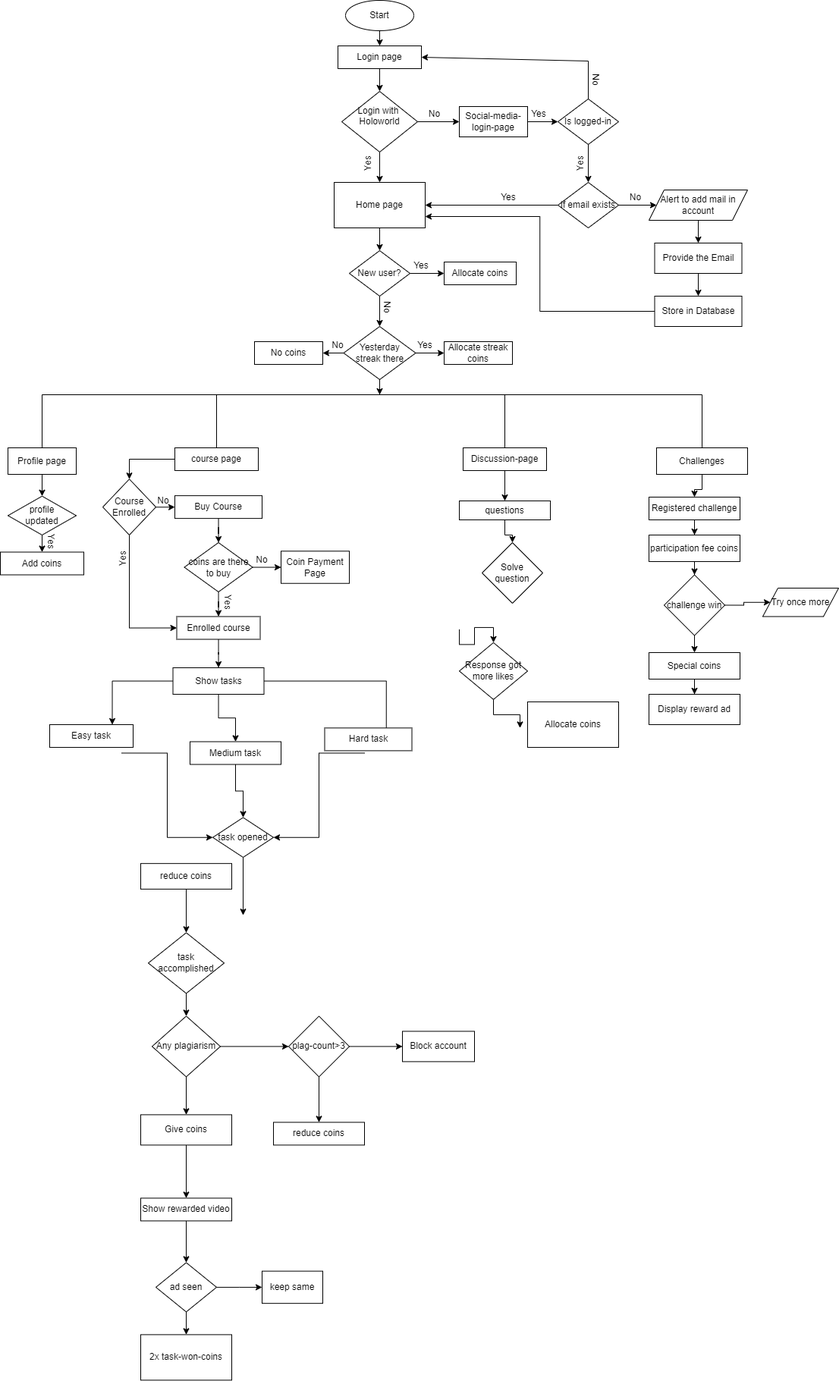
Before: public/Coin-flow-chart.drawio.png, a diagram exported from draw.io (karthiksatish159/googleads). Source tidied: cells renumbered, new cells last; positions are measured from the earlier drawing's top-left corner, leaving out a move shared by most shapes.
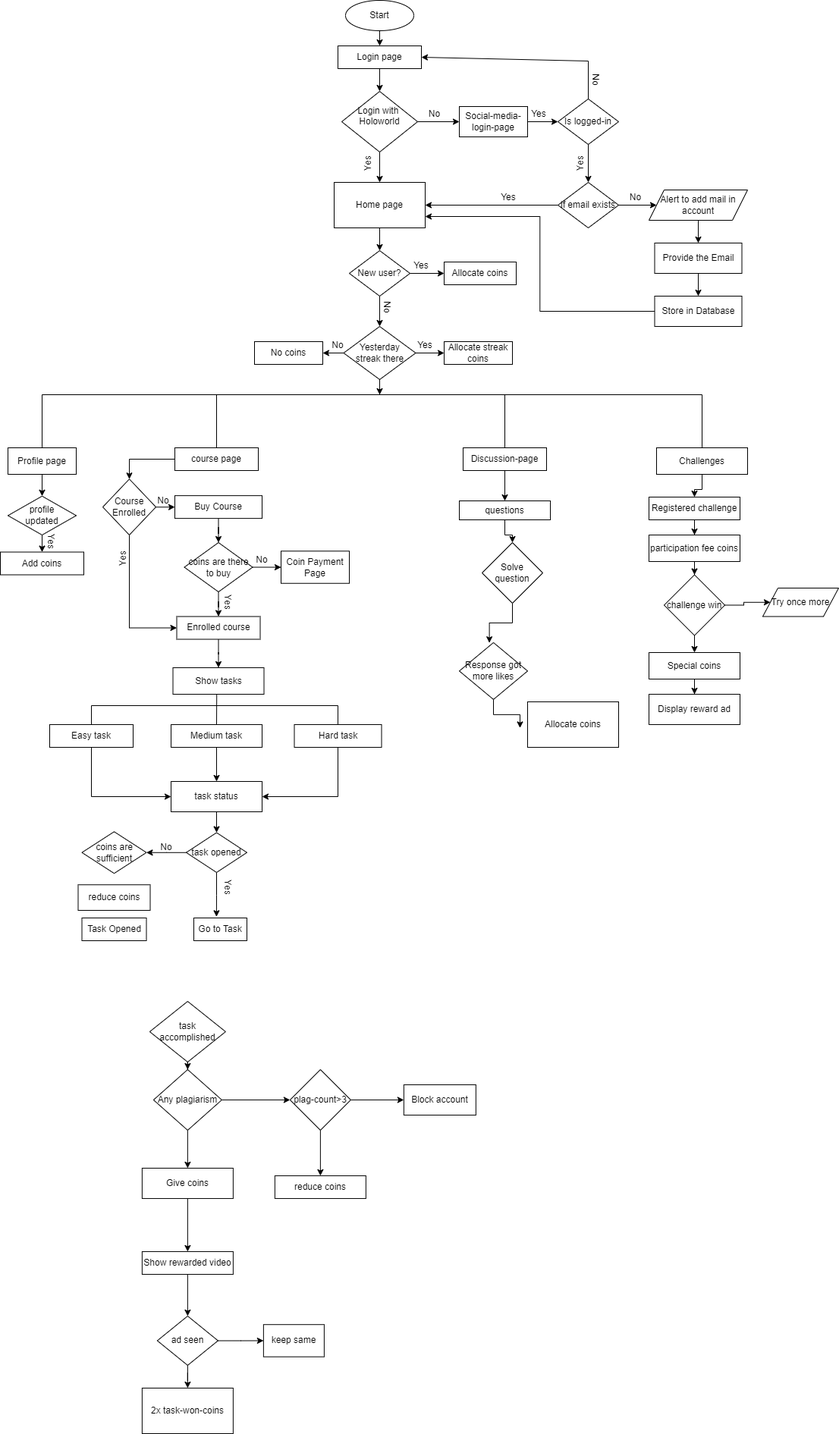
Above is the later version.

Change to the diagram source:
```diff
@@ -73,61 +73,47 @@
     <mxCell id="24" value="Enrolled course" style="rounded=0;whiteSpace=wrap;html=1;" parent="1" vertex="1">
       <mxGeometry x="232.5" y="812.5" width="110" height="30" as="geometry" />
     </mxCell>
-    <mxCell id="25" style="edgeStyle=orthogonalEdgeStyle;rounded=0;jettySize=auto;html=1;entryX=0.75;entryY=0;entryDx=0;entryDy=0;" parent="1" edge="1" source="28" target="34">
-      <mxGeometry relative="1" as="geometry" />
-    </mxCell>
-    <mxCell id="26" style="edgeStyle=orthogonalEdgeStyle;rounded=0;jettySize=auto;html=1;" parent="1" edge="1" source="28" target="36">
-      <mxGeometry relative="1" as="geometry" />
-    </mxCell>
-    <mxCell id="27" style="edgeStyle=orthogonalEdgeStyle;rounded=0;jettySize=auto;html=1;entryX=0.25;entryY=0;entryDx=0;entryDy=0;" parent="1" edge="1" source="28">
-      <mxGeometry relative="1" as="geometry">
-        <mxPoint x="508.8" y="977.5" as="targetPoint" />
-      </mxGeometry>
-    </mxCell>
     <mxCell id="28" value="Show tasks" style="whiteSpace=wrap;html=1;rounded=0;" parent="1" vertex="1">
       <mxGeometry x="227.5" y="880" width="120" height="35" as="geometry" />
     </mxCell>
-    <mxCell id="29" style="edgeStyle=orthogonalEdgeStyle;rounded=0;jettySize=auto;html=1;" parent="1" edge="1" source="30">
-      <mxGeometry relative="1" as="geometry">
-        <mxPoint x="320" y="1206.3" as="targetPoint" />
-      </mxGeometry>
-    </mxCell>
+    <mxCell id="128" style="edgeStyle=orthogonalEdgeStyle;rounded=0;jettySize=auto;html=1;" parent="1" edge="1" source="30" target="140">
+      <mxGeometry relative="1" as="geometry" />
+    </mxCell>
+    <mxCell id="129" style="edgeStyle=orthogonalEdgeStyle;rounded=0;jettySize=auto;html=1;entryX=0.427;entryY=-0.056;entryDx=0;entryDy=0;entryPerimeter=0;" parent="1" edge="1" source="30" target="139">
+      <mxGeometry relative="1" as="geometry" />
+    </mxCell>
     <mxCell id="30" value="task opened" style="rhombus;whiteSpace=wrap;html=1;rounded=0;" parent="1" vertex="1">
-      <mxGeometry x="280" y="1077.5" width="80" height="52.5" as="geometry" />
+      <mxGeometry x="245" y="1097.5" width="80" height="52.5" as="geometry" />
     </mxCell>
-    <mxCell id="31" style="edgeStyle=orthogonalEdgeStyle;rounded=0;jettySize=auto;html=1;" parent="1" edge="1" source="32" target="40">
-      <mxGeometry relative="1" as="geometry" />
-    </mxCell>
     <mxCell id="32" value="reduce coins" style="whiteSpace=wrap;html=1;rounded=0;" parent="1" vertex="1">
-      <mxGeometry x="185" y="1138.2" width="120" height="33.8" as="geometry" />
+      <mxGeometry x="102.5" y="1166.2" width="95" height="33.8" as="geometry" />
     </mxCell>
-    <mxCell id="33" style="edgeStyle=orthogonalEdgeStyle;rounded=0;jettySize=auto;html=1;entryX=0;entryY=0.5;entryDx=0;entryDy=0;" parent="1" edge="1" target="30">
-      <mxGeometry relative="1" as="geometry">
-        <mxPoint x="160" y="992.5" as="sourcePoint" />
-      </mxGeometry>
-    </mxCell>
     <mxCell id="34" value="Easy task" style="rounded=0;whiteSpace=wrap;html=1;" parent="1" vertex="1">
       <mxGeometry x="65" y="955" width="110" height="30" as="geometry" />
     </mxCell>
-    <mxCell id="35" style="edgeStyle=orthogonalEdgeStyle;rounded=0;jettySize=auto;html=1;entryX=0.5;entryY=0;entryDx=0;entryDy=0;" parent="1" edge="1" source="36" target="30">
-      <mxGeometry relative="1" as="geometry" />
-    </mxCell>
+    <mxCell id="130" style="edgeStyle=orthogonalEdgeStyle;rounded=0;jettySize=auto;html=1;entryX=0.5;entryY=0;entryDx=0;entryDy=0;" parent="1" edge="1" source="36" target="137">
+      <mxGeometry relative="1" as="geometry" />
+    </mxCell>
     <mxCell id="36" value="Medium task" style="rounded=0;whiteSpace=wrap;html=1;" parent="1" vertex="1">
-      <mxGeometry x="250" y="977.5" width="120" height="30" as="geometry" />
+      <mxGeometry x="225" y="955" width="120" height="30" as="geometry" />
     </mxCell>
-    <mxCell id="37" style="edgeStyle=orthogonalEdgeStyle;rounded=0;jettySize=auto;html=1;entryX=1;entryY=0.5;entryDx=0;entryDy=0;" parent="1" edge="1" target="30">
-      <mxGeometry relative="1" as="geometry">
-        <mxPoint x="480" y="992.5" as="sourcePoint" />
-      </mxGeometry>
-    </mxCell>
+    <mxCell id="131" style="edgeStyle=orthogonalEdgeStyle;rounded=0;jettySize=auto;html=1;entryX=1;entryY=0.5;entryDx=0;entryDy=0;" parent="1" edge="1" source="38" target="137">
+      <mxGeometry relative="1" as="geometry">
+        <Array as="points">
+          <mxPoint x="445" y="1050" />
+        </Array>
+      </mxGeometry>
+    </mxCell>
     <mxCell id="38" value="Hard task" style="rounded=0;whiteSpace=wrap;html=1;" parent="1" vertex="1">
-      <mxGeometry x="427.5" y="959.4" width="115" height="30" as="geometry" />
+      <mxGeometry x="387.5" y="955" width="115" height="30" as="geometry" />
     </mxCell>
-    <mxCell id="39" style="edgeStyle=orthogonalEdgeStyle;rounded=0;jettySize=auto;html=1;" parent="1" edge="1" source="40" target="43">
-      <mxGeometry relative="1" as="geometry" />
+    <mxCell id="39" style="edgeStyle=orthogonalEdgeStyle;rounded=0;jettySize=auto;html=1;" parent="1" edge="1" target="43">
+      <mxGeometry relative="1" as="geometry">
+        <mxPoint x="246.9" y="1390.6" as="sourcePoint" />
+      </mxGeometry>
     </mxCell>
     <mxCell id="40" value="task accomplished" style="rhombus;whiteSpace=wrap;html=1;rounded=0;" parent="1" vertex="1">
-      <mxGeometry x="195" y="1229.4" width="100" height="80" as="geometry" />
+      <mxGeometry x="196.9" y="1320" width="100" height="80" as="geometry" />
     </mxCell>
     <mxCell id="41" style="edgeStyle=orthogonalEdgeStyle;rounded=0;jettySize=auto;html=1;" parent="1" edge="1" source="43" target="46">
       <mxGeometry relative="1" as="geometry" />
@@ -136,7 +122,7 @@
       <mxGeometry relative="1" as="geometry" />
     </mxCell>
     <mxCell id="43" value="Any plagiarism" style="rhombus;whiteSpace=wrap;html=1;rounded=0;" parent="1" vertex="1">
-      <mxGeometry x="200" y="1339.4" width="90" height="80" as="geometry" />
+      <mxGeometry x="201.9" y="1410" width="90" height="80" as="geometry" />
     </mxCell>
     <mxCell id="44" style="edgeStyle=orthogonalEdgeStyle;rounded=0;jettySize=auto;html=1;" parent="1" edge="1" source="46" target="47">
       <mxGeometry relative="1" as="geometry" />
@@ -145,25 +131,25 @@
       <mxGeometry relative="1" as="geometry" />
     </mxCell>
     <mxCell id="46" value="plag-count&amp;gt;3" style="rhombus;whiteSpace=wrap;html=1;rounded=0;" parent="1" vertex="1">
-      <mxGeometry x="380" y="1339.4" width="80" height="80" as="geometry" />
+      <mxGeometry x="381.9" y="1410" width="80" height="80" as="geometry" />
     </mxCell>
     <mxCell id="47" value="Block account" style="whiteSpace=wrap;html=1;rounded=0;" parent="1" vertex="1">
-      <mxGeometry x="530" y="1359.4" width="95" height="40" as="geometry" />
+      <mxGeometry x="531.9" y="1430" width="95" height="40" as="geometry" />
     </mxCell>
     <mxCell id="48" value="reduce coins" style="whiteSpace=wrap;html=1;rounded=0;" parent="1" vertex="1">
-      <mxGeometry x="360" y="1479.4" width="120" height="30" as="geometry" />
+      <mxGeometry x="361.9" y="1550" width="120" height="30" as="geometry" />
     </mxCell>
     <mxCell id="49" style="edgeStyle=orthogonalEdgeStyle;rounded=0;jettySize=auto;html=1;" parent="1" edge="1" source="50" target="52">
       <mxGeometry relative="1" as="geometry" />
     </mxCell>
     <mxCell id="50" value="Give coins" style="whiteSpace=wrap;html=1;rounded=0;" parent="1" vertex="1">
-      <mxGeometry x="185" y="1469.4" width="120" height="40" as="geometry" />
+      <mxGeometry x="186.9" y="1540" width="120" height="40" as="geometry" />
     </mxCell>
     <mxCell id="51" style="edgeStyle=orthogonalEdgeStyle;rounded=0;jettySize=auto;html=1;" parent="1" edge="1" source="52" target="55">
       <mxGeometry relative="1" as="geometry" />
     </mxCell>
     <mxCell id="52" value="Show rewarded video&lt;br&gt;" style="whiteSpace=wrap;html=1;rounded=0;" parent="1" vertex="1">
-      <mxGeometry x="185" y="1579.4" width="120" height="30" as="geometry" />
+      <mxGeometry x="186.9" y="1650" width="120" height="30" as="geometry" />
     </mxCell>
     <mxCell id="53" style="edgeStyle=orthogonalEdgeStyle;rounded=0;jettySize=auto;html=1;" parent="1" edge="1" source="55" target="56">
       <mxGeometry relative="1" as="geometry" />
@@ -172,13 +158,13 @@
       <mxGeometry relative="1" as="geometry" />
     </mxCell>
     <mxCell id="55" value="ad seen" style="rhombus;whiteSpace=wrap;html=1;rounded=0;" parent="1" vertex="1">
-      <mxGeometry x="205" y="1664.4" width="80" height="65" as="geometry" />
+      <mxGeometry x="206.9" y="1735" width="80" height="65" as="geometry" />
     </mxCell>
     <mxCell id="56" value="2x task-won-coins" style="whiteSpace=wrap;html=1;rounded=0;" parent="1" vertex="1">
-      <mxGeometry x="185" y="1759.4" width="120" height="60" as="geometry" />
+      <mxGeometry x="186.9" y="1830" width="120" height="60" as="geometry" />
     </mxCell>
     <mxCell id="57" value="keep same" style="whiteSpace=wrap;html=1;rounded=0;" parent="1" vertex="1">
-      <mxGeometry x="345" y="1675.7" width="80" height="42.5" as="geometry" />
+      <mxGeometry x="346.9" y="1746.2" width="80" height="42.5" as="geometry" />
     </mxCell>
     <mxCell id="58" style="edgeStyle=orthogonalEdgeStyle;rounded=0;jettySize=auto;html=1;" parent="1" edge="1" source="59" target="61">
       <mxGeometry relative="1" as="geometry" />
@@ -209,11 +195,9 @@
     <mxCell id="66" value="Response got more likes" style="rhombus;whiteSpace=wrap;html=1;rounded=0;" parent="1" vertex="1">
       <mxGeometry x="605" y="846.9" width="90" height="75" as="geometry" />
     </mxCell>
-    <mxCell id="67" style="edgeStyle=orthogonalEdgeStyle;rounded=0;jettySize=auto;html=1;entryX=0.5;entryY=0;entryDx=0;entryDy=0;" parent="1" edge="1" target="66">
-      <mxGeometry relative="1" as="geometry">
-        <mxPoint x="605" y="829.4" as="sourcePoint" />
-      </mxGeometry>
-    </mxCell>
+    <mxCell id="132" style="edgeStyle=orthogonalEdgeStyle;rounded=0;jettySize=auto;html=1;entryX=0.44;entryY=0.004;entryDx=0;entryDy=0;entryPerimeter=0;" parent="1" edge="1" source="68" target="66">
+      <mxGeometry relative="1" as="geometry" />
+    </mxCell>
     <mxCell id="68" value="&lt;span style=&quot;&quot;&gt;Solve question&lt;/span&gt;" style="rhombus;whiteSpace=wrap;html=1;rounded=0;" parent="1" vertex="1">
       <mxGeometry x="635" y="715" width="80" height="80" as="geometry" />
     </mxCell>
@@ -423,5 +407,52 @@
     <mxCell id="127" value="No" style="text;html=1;strokeColor=none;fillColor=none;align=center;verticalAlign=middle;whiteSpace=wrap;rounded=0;" parent="1" vertex="1">
       <mxGeometry x="195" y="650" width="40" height="20" as="geometry" />
     </mxCell>
+    <mxCell id="133" style="endArrow=none;html=1;rounded=0;exitX=0.5;exitY=0;exitDx=0;exitDy=0;" parent="1" edge="1" source="34">
+      <mxGeometry relative="1" as="geometry">
+        <mxPoint x="445" y="930" as="targetPoint" />
+        <Array as="points">
+          <mxPoint x="120" y="930" />
+        </Array>
+      </mxGeometry>
+    </mxCell>
+    <mxCell id="134" style="endArrow=none;html=1;rounded=0;entryX=0.481;entryY=1;entryDx=0;entryDy=0;entryPerimeter=0;exitX=0.5;exitY=0;exitDx=0;exitDy=0;" parent="1" edge="1" source="36" target="28">
+      <mxGeometry relative="1" as="geometry" />
+    </mxCell>
+    <mxCell id="135" style="endArrow=none;html=1;rounded=0;exitX=0.5;exitY=0;exitDx=0;exitDy=0;" parent="1" edge="1" source="38">
+      <mxGeometry relative="1" as="geometry">
+        <mxPoint x="445" y="930" as="targetPoint" />
+      </mxGeometry>
+    </mxCell>
+    <mxCell id="136" style="edgeStyle=orthogonalEdgeStyle;rounded=0;jettySize=auto;html=1;" parent="1" edge="1" source="137" target="30">
+      <mxGeometry relative="1" as="geometry" />
+    </mxCell>
+    <mxCell id="137" value="task status" style="rounded=0;whiteSpace=wrap;html=1;" parent="1" vertex="1">
+      <mxGeometry x="225" y="1030" width="120" height="40" as="geometry" />
+    </mxCell>
+    <mxCell id="138" style="endArrow=classic;html=1;rounded=0;exitX=0.5;exitY=1;exitDx=0;exitDy=0;entryX=0;entryY=0.5;entryDx=0;entryDy=0;" parent="1" edge="1" source="34" target="137">
+      <mxGeometry relative="1" as="geometry">
+        <Array as="points">
+          <mxPoint x="120" y="1050" />
+        </Array>
+      </mxGeometry>
+    </mxCell>
+    <mxCell id="139" value="Go to Task" style="rounded=0;whiteSpace=wrap;html=1;" parent="1" vertex="1">
+      <mxGeometry x="255" y="1210" width="70" height="30" as="geometry" />
+    </mxCell>
+    <mxCell id="140" value="coins are sufficient" style="rhombus;whiteSpace=wrap;html=1;" parent="1" vertex="1">
+      <mxGeometry x="107.5" y="1096.3" width="85" height="55" as="geometry" />
+    </mxCell>
+    <mxCell id="141" value="Task Opened" style="rounded=0;whiteSpace=wrap;html=1;" parent="1" vertex="1">
+      <mxGeometry x="107.5" y="1210" width="85" height="30" as="geometry" />
+    </mxCell>
+    <mxCell id="142" value="No" style="text;html=1;strokeColor=none;fillColor=none;align=center;verticalAlign=middle;whiteSpace=wrap;rounded=0;" parent="1" vertex="1">
+      <mxGeometry x="207.5" y="1110" width="22.5" height="13.8" as="geometry" />
+    </mxCell>
+    <mxCell id="143" style="edgeStyle=orthogonalEdgeStyle;rounded=0;orthogonalLoop=1;jettySize=auto;html=1;exitX=0.5;exitY=1;exitDx=0;exitDy=0;" parent="1" edge="1" source="139" target="139">
+      <mxGeometry relative="1" as="geometry" />
+    </mxCell>
+    <mxCell id="144" value="Yes" style="text;html=1;strokeColor=none;fillColor=none;align=center;verticalAlign=middle;whiteSpace=wrap;rounded=0;rotation=90;" parent="1" vertex="1">
+      <mxGeometry x="280" y="1160" width="40" height="20" as="geometry" />
+    </mxCell>
   </root>
 </mxGraphModel>
```
